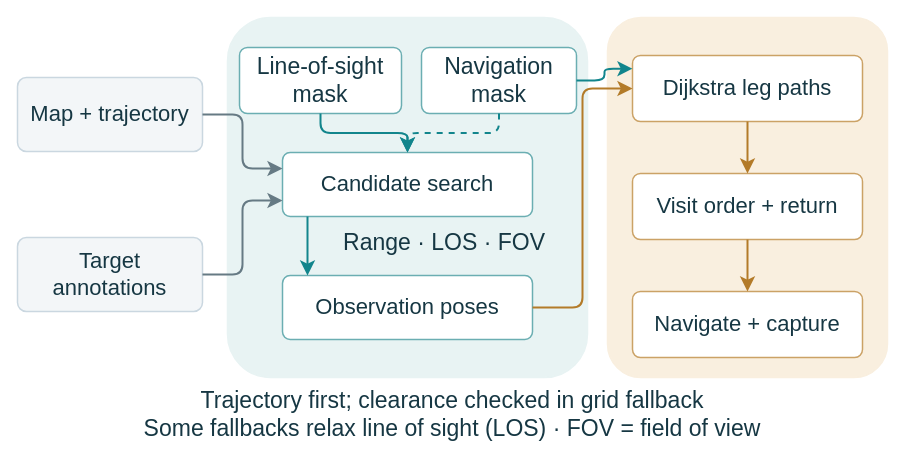
Earlier version of the draw.io diagram docs/inspection-workflow.drawio (huaiqianli2-lab/go2-rule-based-inspection-navigation). Source tidied: cells renumbered, new cells numbered last; positions are measured from the earlier drawing's top-left corner, leaving out a move shared by most shapes. Both pictures are drawn from the tidied source at 100%, with x=0, y=0 at pixel (17, 17).
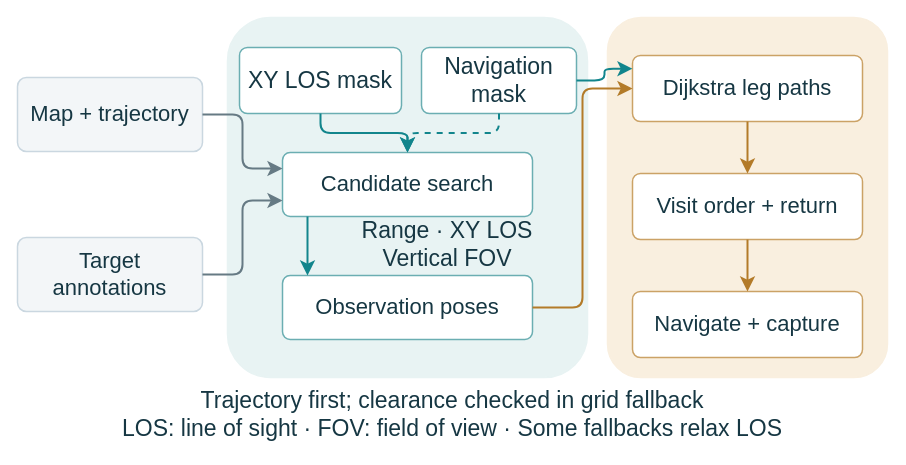
Above is the later version.

Commit message (it also covers changes not shown here):
Specify planar sight checks and vertical camera field of view

The change refers to these unchanged cells:
```xml
<mxCell id="2" style="rounded=1;arcSize=12;whiteSpace=wrap;html=1;fontFamily=Helvetica;fontSize=22;fontColor=#163743;fillColor=#e8f3f3;strokeColor=#e8f3f3;strokeWidth=1.5;spacing=6;" parent="1" vertex="1">
  <mxGeometry x="210" width="360" height="360" as="geometry" />
</mxCell>
```

The edit, as a diff of the source:
```diff
@@
-    <mxCell id="7" value="Line-of-sight&lt;br&gt;mask" style="rounded=1;arcSize=12;whiteSpace=wrap;html=1;fontFamily=Helvetica;fontSize=23;fontColor=#163743;fillColor=#ffffff;strokeColor=#6baeb2;strokeWidth=1.5;spacing=6;" parent="2" vertex="1">
+    <mxCell id="7" value="XY LOS mask" style="rounded=1;arcSize=12;whiteSpace=wrap;html=1;fontFamily=Helvetica;fontSize=23;fontColor=#163743;fillColor=#ffffff;strokeColor=#6baeb2;strokeWidth=1.5;spacing=6;" parent="2" vertex="1">
       <mxGeometry x="12" y="30" width="162" height="66" as="geometry" />
     </mxCell>
@@
-    <mxCell id="22" value="Range · LOS · FOV" style="rounded=1;arcSize=12;whiteSpace=wrap;html=1;fontFamily=Helvetica;fontSize=23;fontColor=#163743;fillColor=none;strokeColor=none;strokeWidth=1.5;spacing=6;" parent="1" vertex="1">
-      <mxGeometry x="289" y="206" width="276" height="38" as="geometry" />
+    <mxCell id="22" value="Range · XY LOS&lt;br&gt;Vertical FOV" style="rounded=1;arcSize=12;whiteSpace=wrap;html=1;fontFamily=Helvetica;fontSize=23;fontColor=#163743;fillColor=none;strokeColor=none;strokeWidth=1.5;spacing=6;" parent="1" vertex="1">
+      <mxGeometry x="295" y="202" width="270" height="49" as="geometry" />
     </mxCell>
-    <mxCell id="23" value="Trajectory first; clearance checked in grid fallback&lt;br&gt;Some fallbacks relax line of sight (LOS) · FOV = field of view" style="rounded=1;arcSize=12;whiteSpace=wrap;html=1;fontFamily=Helvetica;fontSize=23;fontColor=#163743;fillColor=none;strokeColor=none;strokeWidth=1.5;spacing=6;" parent="1" vertex="1">
+    <mxCell id="23" value="Trajectory first; clearance checked in grid fallback&lt;br&gt;LOS: line of sight · FOV: field of view · Some fallbacks relax LOS" style="rounded=1;arcSize=12;whiteSpace=wrap;html=1;fontFamily=Helvetica;fontSize=23;fontColor=#163743;fillColor=none;strokeColor=none;strokeWidth=1.5;spacing=6;" parent="1" vertex="1">
       <mxGeometry y="364" width="870" height="66" as="geometry" />
     </mxCell>
```
